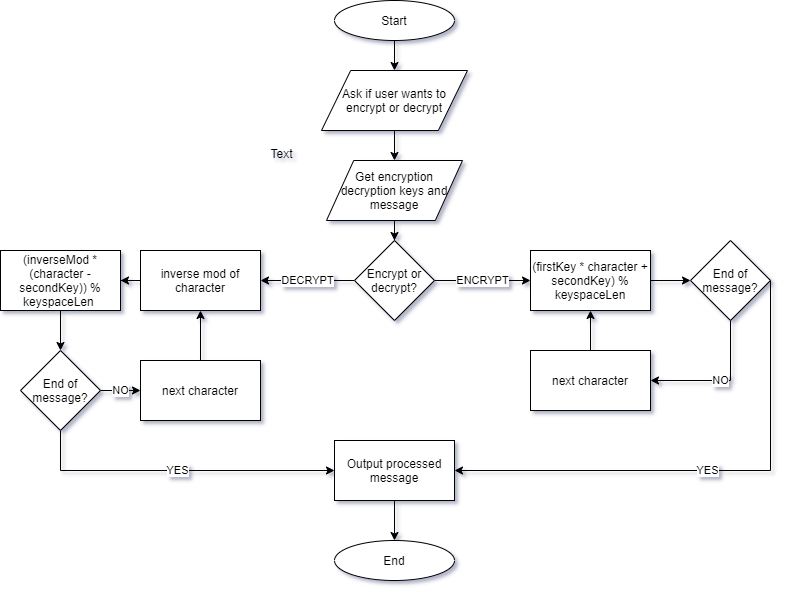
This is docs/affine.py flowchart.png from alexfayers/affineCipherCoursework, a draw.io export, as it was before one commit. Source tidied: cells renumbered, new cells last; positions are measured from the earlier drawing's top-left corner, leaving out a move shared by most shapes. The source it was exported from:
```xml
<mxGraphModel>
  <root>
    <mxCell id="0" />
    <mxCell id="1" parent="0" />
    <mxCell id="2" style="edgeStyle=orthogonalEdgeStyle;rounded=0;jettySize=auto;html=1;" parent="1" edge="1" source="3" target="5">
      <mxGeometry relative="1" as="geometry" />
    </mxCell>
    <mxCell id="3" value="Start" style="ellipse;whiteSpace=wrap;html=1;" parent="1" vertex="1">
      <mxGeometry x="334" width="120" height="40" as="geometry" />
    </mxCell>
    <mxCell id="4" style="edgeStyle=orthogonalEdgeStyle;rounded=0;jettySize=auto;html=1;" parent="1" edge="1" source="5" target="7">
      <mxGeometry relative="1" as="geometry" />
    </mxCell>
    <mxCell id="5" value="Ask if user wants to encrypt or decrypt" style="shape=parallelogram;perimeter=parallelogramPerimeter;whiteSpace=wrap;html=1;" parent="1" vertex="1">
      <mxGeometry x="321" y="70" width="146" height="60" as="geometry" />
    </mxCell>
    <mxCell id="6" style="edgeStyle=orthogonalEdgeStyle;rounded=0;jettySize=auto;html=1;" parent="1" edge="1" source="7" target="10">
      <mxGeometry relative="1" as="geometry" />
    </mxCell>
    <mxCell id="7" value="Get encryption decryption keys and message" style="shape=parallelogram;perimeter=parallelogramPerimeter;whiteSpace=wrap;html=1;" parent="1" vertex="1">
      <mxGeometry x="326" y="160" width="136" height="60" as="geometry" />
    </mxCell>
    <mxCell id="8" value="ENCRYPT" style="edgeStyle=orthogonalEdgeStyle;rounded=0;jettySize=auto;html=1;" parent="1" edge="1" source="10" target="12">
      <mxGeometry relative="1" as="geometry" />
    </mxCell>
    <mxCell id="9" value="DECRYPT" style="edgeStyle=orthogonalEdgeStyle;rounded=0;jettySize=auto;html=1;entryX=1;entryY=0.5;entryDx=0;entryDy=0;" parent="1" edge="1" source="10" target="21">
      <mxGeometry relative="1" as="geometry" />
    </mxCell>
    <mxCell id="10" value="Encrypt or decrypt?" style="rhombus;whiteSpace=wrap;html=1;" parent="1" vertex="1">
      <mxGeometry x="354" y="240" width="80" height="80" as="geometry" />
    </mxCell>
    <mxCell id="11" style="edgeStyle=orthogonalEdgeStyle;rounded=0;jettySize=auto;html=1;" parent="1" edge="1" source="12" target="17">
      <mxGeometry relative="1" as="geometry" />
    </mxCell>
    <mxCell id="12" value="(firstKey * character + secondKey) % keyspaceLen" style="rounded=0;whiteSpace=wrap;html=1;" parent="1" vertex="1">
      <mxGeometry x="530" y="250" width="120" height="60" as="geometry" />
    </mxCell>
    <mxCell id="13" style="edgeStyle=orthogonalEdgeStyle;rounded=0;jettySize=auto;html=1;entryX=0.5;entryY=1;entryDx=0;entryDy=0;" parent="1" edge="1" source="14" target="12">
      <mxGeometry relative="1" as="geometry" />
    </mxCell>
    <mxCell id="14" value="next character" style="rounded=0;whiteSpace=wrap;html=1;" parent="1" vertex="1">
      <mxGeometry x="530" y="350" width="120" height="60" as="geometry" />
    </mxCell>
    <mxCell id="15" value="YES" style="edgeStyle=orthogonalEdgeStyle;rounded=0;jettySize=auto;html=1;entryX=1;entryY=0.5;entryDx=0;entryDy=0;exitX=1;exitY=0.5;exitDx=0;exitDy=0;" parent="1" edge="1" source="17" target="19">
      <mxGeometry relative="1" as="geometry">
        <Array as="points">
          <mxPoint x="770" y="470" />
        </Array>
      </mxGeometry>
    </mxCell>
    <mxCell id="16" value="NO" style="edgeStyle=orthogonalEdgeStyle;rounded=0;jettySize=auto;html=1;entryX=1;entryY=0.5;entryDx=0;entryDy=0;exitX=0.5;exitY=1;exitDx=0;exitDy=0;" parent="1" edge="1" source="17" target="14">
      <mxGeometry relative="1" as="geometry" />
    </mxCell>
    <mxCell id="17" value="End of message?" style="rhombus;whiteSpace=wrap;html=1;" parent="1" vertex="1">
      <mxGeometry x="690" y="240" width="80" height="80" as="geometry" />
    </mxCell>
    <mxCell id="18" style="edgeStyle=orthogonalEdgeStyle;rounded=0;jettySize=auto;html=1;" parent="1" edge="1" source="19" target="30">
      <mxGeometry relative="1" as="geometry" />
    </mxCell>
    <mxCell id="19" value="Output processed message" style="rounded=0;whiteSpace=wrap;html=1;" parent="1" vertex="1">
      <mxGeometry x="334" y="440" width="120" height="60" as="geometry" />
    </mxCell>
    <mxCell id="20" style="edgeStyle=orthogonalEdgeStyle;rounded=0;jettySize=auto;html=1;" parent="1" edge="1" source="21" target="23">
      <mxGeometry relative="1" as="geometry" />
    </mxCell>
    <mxCell id="21" value="inverse mod&amp;nbsp;of character" style="rounded=0;whiteSpace=wrap;html=1;" parent="1" vertex="1">
      <mxGeometry x="140" y="250" width="120" height="60" as="geometry" />
    </mxCell>
    <mxCell id="22" style="edgeStyle=orthogonalEdgeStyle;rounded=0;jettySize=auto;html=1;entryX=0.5;entryY=0;entryDx=0;entryDy=0;" parent="1" edge="1" source="23" target="27">
      <mxGeometry relative="1" as="geometry" />
    </mxCell>
    <mxCell id="23" value="(inverseMod * (character - secondKey)) % keyspaceLen&amp;nbsp;" style="rounded=0;whiteSpace=wrap;html=1;" parent="1" vertex="1">
      <mxGeometry y="250" width="120" height="60" as="geometry" />
    </mxCell>
    <mxCell id="24" value="Text" style="text;html=1;align=center;verticalAlign=middle;" parent="1" vertex="1">
      <mxGeometry x="261" y="143" width="40" height="20" as="geometry" />
    </mxCell>
    <mxCell id="25" value="NO" style="edgeStyle=orthogonalEdgeStyle;rounded=0;jettySize=auto;html=1;entryX=0;entryY=0.5;entryDx=0;entryDy=0;" parent="1" edge="1" source="27" target="29">
      <mxGeometry relative="1" as="geometry" />
    </mxCell>
    <mxCell id="26" value="YES" style="edgeStyle=orthogonalEdgeStyle;rounded=0;jettySize=auto;html=1;entryX=0;entryY=0.5;entryDx=0;entryDy=0;" parent="1" edge="1" source="27" target="19">
      <mxGeometry relative="1" as="geometry">
        <Array as="points">
          <mxPoint x="60" y="470" />
        </Array>
      </mxGeometry>
    </mxCell>
    <mxCell id="27" value="End of message?" style="rhombus;whiteSpace=wrap;html=1;" parent="1" vertex="1">
      <mxGeometry x="20" y="350" width="80" height="80" as="geometry" />
    </mxCell>
    <mxCell id="28" style="edgeStyle=orthogonalEdgeStyle;rounded=0;jettySize=auto;html=1;" parent="1" edge="1" source="29" target="21">
      <mxGeometry relative="1" as="geometry" />
    </mxCell>
    <mxCell id="29" value="next character" style="rounded=0;whiteSpace=wrap;html=1;" parent="1" vertex="1">
      <mxGeometry x="140" y="360" width="120" height="60" as="geometry" />
    </mxCell>
    <mxCell id="30" value="End" style="ellipse;whiteSpace=wrap;html=1;" parent="1" vertex="1">
      <mxGeometry x="334" y="540" width="120" height="40" as="geometry" />
    </mxCell>
  </root>
</mxGraphModel>
```
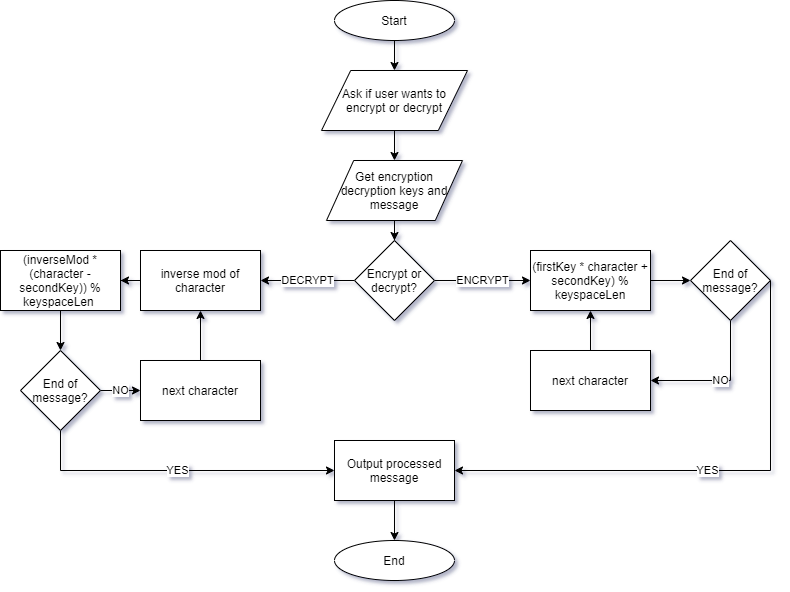
The same file after the commit.

Commit message:
Update flowchart to remove floating 'text'

Diff of the diagram source:
```diff
@@ -72,9 +72,6 @@
     <mxCell id="23" value="(inverseMod * (character - secondKey)) % keyspaceLen&amp;nbsp;" style="rounded=0;whiteSpace=wrap;html=1;" parent="1" vertex="1">
       <mxGeometry y="250" width="120" height="60" as="geometry" />
     </mxCell>
-    <mxCell id="24" value="Text" style="text;html=1;align=center;verticalAlign=middle;" parent="1" vertex="1">
-      <mxGeometry x="261" y="143" width="40" height="20" as="geometry" />
-    </mxCell>
     <mxCell id="25" value="NO" style="edgeStyle=orthogonalEdgeStyle;rounded=0;jettySize=auto;html=1;entryX=0;entryY=0.5;entryDx=0;entryDy=0;" parent="1" edge="1" source="27" target="29">
       <mxGeometry relative="1" as="geometry" />
     </mxCell>
```
